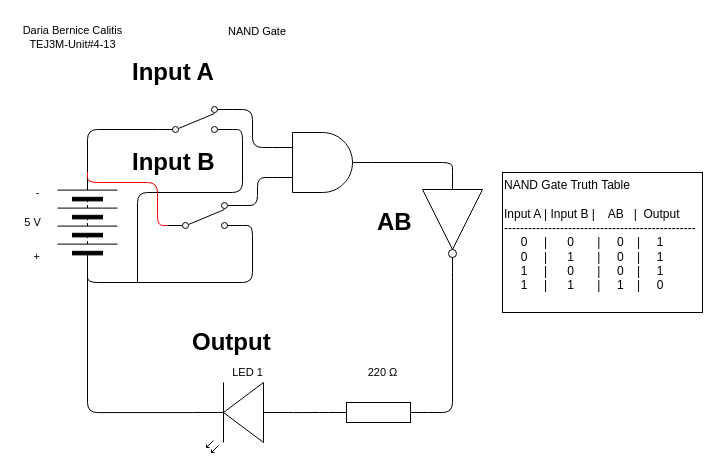
The draw.io diagram Unit4-13/TEJ3M-Unit4-13.drawio in dbcalitis/TEJ3M-Unit-4, before the edit. Source tidied: cells renumbered, new cells numbered last; positions are measured from the earlier drawing's top-left corner, leaving out a move shared by most shapes. Both pictures are drawn from the tidied source at 100%, with x=0, y=0 at pixel (17, 17).
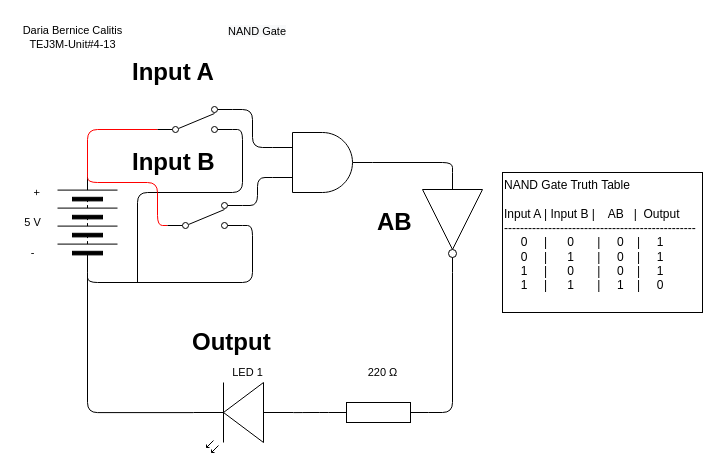
The same diagram, later.

The change refers to these unchanged cells:
```xml
<mxCell id="7" style="verticalLabelPosition=bottom;shadow=0;dashed=0;align=center;html=1;verticalAlign=top;shape=mxgraph.electrical.miscellaneous.batteryStack;rotation=-90;" parent="1" vertex="1">
  <mxGeometry x="20" y="175" width="100" height="60" as="geometry" />
</mxCell>
<mxCell id="13" style="verticalLabelPosition=bottom;shadow=0;dashed=0;align=center;html=1;verticalAlign=top;shape=mxgraph.electrical.electro-mechanical.2-way_switch;" parent="1" vertex="1">
  <mxGeometry x="140" y="89" width="75" height="26" as="geometry" />
</mxCell>
```

Diff of the diagram source:
```diff
@@
-    <mxCell id="6" style="edgeStyle=orthogonalEdgeStyle;html=1;exitX=1;exitY=0.5;exitDx=0;exitDy=0;entryX=0;entryY=0.885;entryDx=0;entryDy=0;entryPerimeter=0;endArrow=none;endFill=0;" parent="1" edge="1" source="7" target="13">
+    <mxCell id="6" style="edgeStyle=orthogonalEdgeStyle;html=1;exitX=1;exitY=0.5;exitDx=0;exitDy=0;entryX=0;entryY=0.885;entryDx=0;entryDy=0;entryPerimeter=0;endArrow=none;endFill=0;strokeColor=#FF0000;" parent="1" edge="1" source="7" target="13">
       <mxGeometry relative="1" as="geometry" />
     </mxCell>
@@
     <mxCell id="14" value="+" style="text;html=1;align=center;verticalAlign=middle;strokeColor=none;fillColor=none;fontSize=11;fontFamily=Helvetica;fontColor=default;rotation=90;" parent="1" vertex="1">
-      <mxGeometry x="10" y="229" width="20" height="20" as="geometry" />
+      <mxGeometry x="10" y="165" width="20" height="20" as="geometry" />
     </mxCell>
     <mxCell id="15" value="-" style="text;html=1;align=center;verticalAlign=middle;strokeColor=none;fillColor=none;fontSize=11;fontFamily=Helvetica;fontColor=default;" parent="1" vertex="1">
-      <mxGeometry x="10" y="165" width="20" height="20" as="geometry" />
+      <mxGeometry x="5" y="225" width="20" height="20" as="geometry" />
     </mxCell>
```
